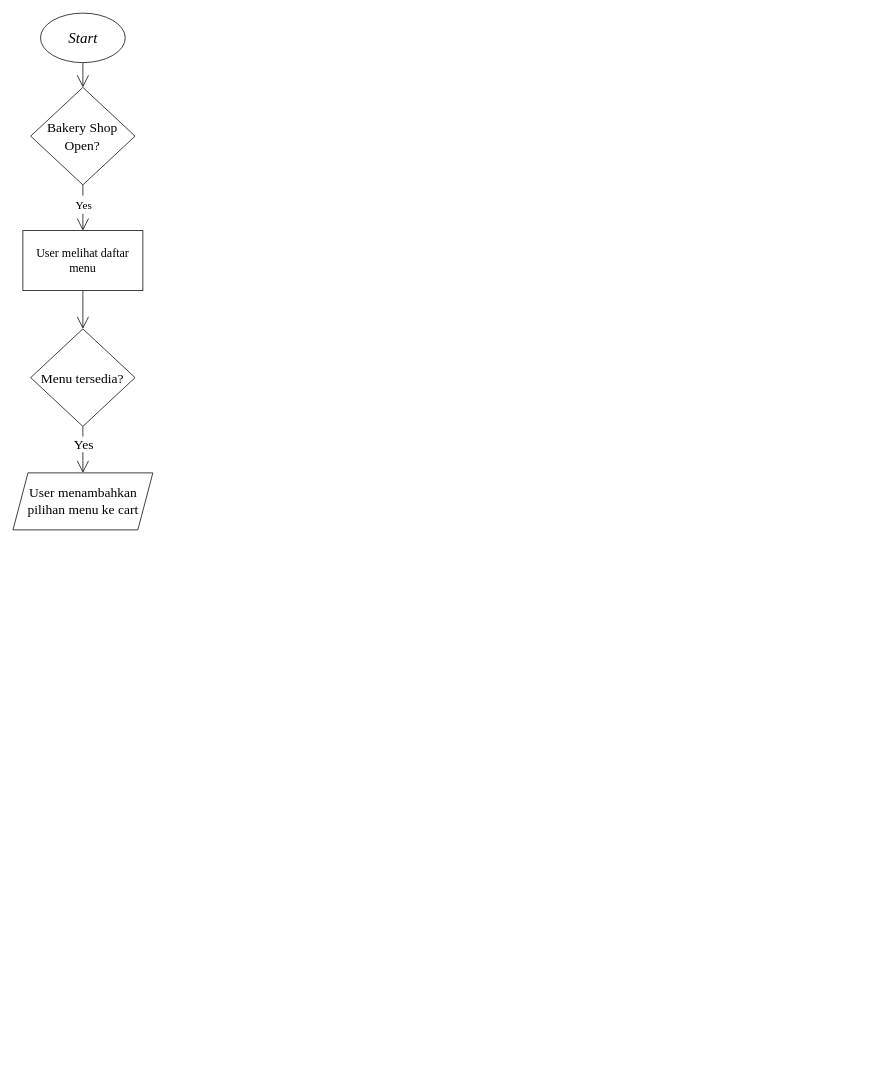
Earlier version of the draw.io diagram flowchart.drawio (cherylazalia/Cheryl_Azalia-BakeryShop). Source tidied: cells renumbered, new cells numbered last; positions are measured from the earlier drawing's top-left corner, leaving out a move shared by most shapes. Both pictures are drawn from the tidied source at 75%, with x=0, y=0 at pixel (13, 13).
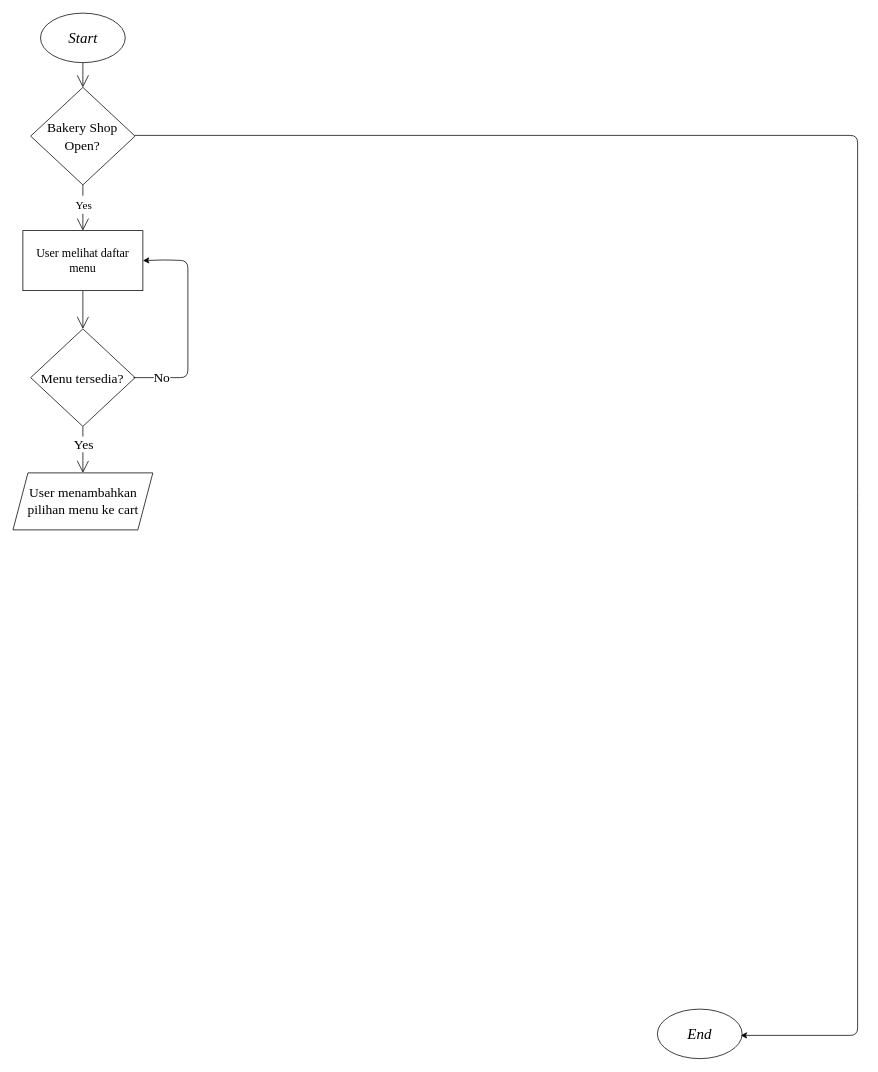
Above is the later version.

Commit message:
Pengondisian Jika Jawaban Salah

The change refers to these unchanged cells:
```xml
<mxCell id="8" value="User melihat daftar menu" style="rounded=0;whiteSpace=wrap;html=1;sketch=0;hachureGap=4;fontFamily=Times New Roman;fontSize=16;fontColor=default;" parent="1" vertex="1">
  <mxGeometry x="13" y="290" width="160" height="80" as="geometry" />
</mxCell>
```

What changed in the source:
```diff
@@
+    <mxCell id="13" style="edgeStyle=none;html=1;entryX=1;entryY=0.5;entryDx=0;entryDy=0;exitX=1;exitY=0.5;exitDx=0;exitDy=0;exitPerimeter=0;" parent="1" edge="1" target="8">
+      <mxGeometry relative="1" as="geometry">
+        <mxPoint x="160.5" y="486" as="sourcePoint" />
+        <Array as="points">
+          <mxPoint x="233" y="486" />
+          <mxPoint x="233" y="330" />
+          <mxPoint x="202" y="329" />
+        </Array>
+      </mxGeometry>
+    </mxCell>
+    <mxCell id="14" value="No" style="edgeLabel;html=1;align=center;verticalAlign=middle;fontSize=18;fontFamily=Times New Roman;fontColor=default;" parent="13" vertex="1">
+      <mxGeometry x="0.21" y="1" relative="1" as="geometry">
+        <mxPoint x="-35" y="102" as="offset" />
+      </mxGeometry>
+    </mxCell>
+    <mxCell id="15" style="edgeStyle=none;html=1;exitX=1;exitY=0.5;exitDx=0;exitDy=0;exitPerimeter=0;" parent="1" edge="1">
+      <mxGeometry relative="1" as="geometry">
+        <mxPoint x="162.6" y="163" as="sourcePoint" />
+        <mxPoint x="970" y="1363" as="targetPoint" />
+        <Array as="points">
+          <mxPoint x="1126" y="163" />
+          <mxPoint x="1126" y="649" />
+          <mxPoint x="1126" y="1363" />
+        </Array>
+      </mxGeometry>
+    </mxCell>
+    <mxCell id="16" value="&lt;font face=&quot;Times New Roman&quot;&gt;&lt;i&gt;End&lt;/i&gt;&lt;/font&gt;" style="ellipse;whiteSpace=wrap;html=1;sketch=0;hachureGap=4;fontFamily=Architects Daughter;fontSize=20;" parent="1" vertex="1">
+      <mxGeometry x="859" y="1328" width="113" height="66" as="geometry" />
+    </mxCell>
```
